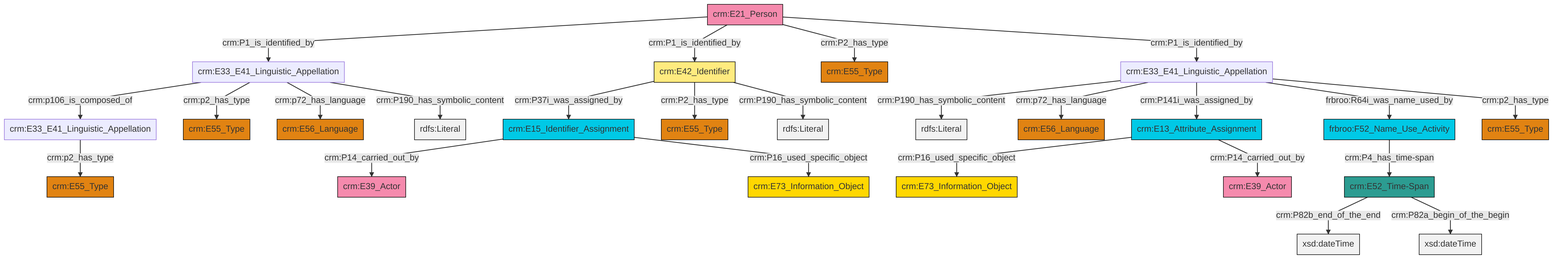
The Mermaid diagram et/personCSV/ttl/mmd/png/Person_Names_and_Classification.png in swiss-art-research-net/docs.swissartresearch, before a commit. Its source is kept beside it as et/personCSV/ttl/mmd/Person_Names_and_Classification.ttl.mmd.
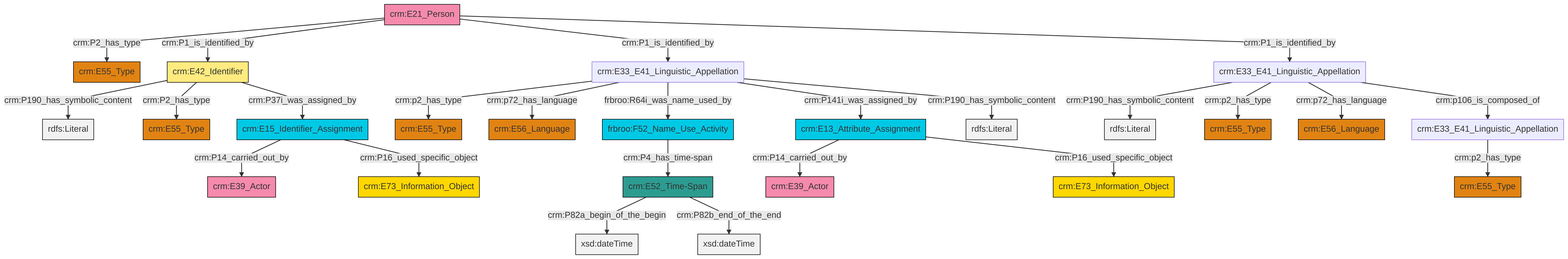
The same file after the commit.

The edit, as a diff of the source:
```diff
@@ -13,27 +13,27 @@
 classDef PC_Classes fill:#4ce600, stroke:#000000;
 classDef Multi fill:#cccccc,stroke:#000000;
 
-0["crm:E13_Attribute_Assignment"]:::Temporal_Entity -->|crm:P16_used_specific_object| 1["crm:E73_Information_Object"]:::Conceptual_Object
-10["crm:E52_Time-Span"]:::Time-Span -->|crm:P82b_end_of_the_end| 11[xsd:dateTime]:::Literal
-14["crm:E21_Person"]:::Actor -->|crm:P1_is_identified_by| 15["crm:E33_E41_Linguistic_Appellation"]:::Default
-14["crm:E21_Person"]:::Actor -->|crm:P1_is_identified_by| 16["crm:E42_Identifier"]:::Appellation
-12["crm:E33_E41_Linguistic_Appellation"]:::Default -->|crm:P190_has_symbolic_content| 17[rdfs:Literal]:::Literal
-15["crm:E33_E41_Linguistic_Appellation"]:::Default -->|crm:p106_is_composed_of| 22["crm:E33_E41_Linguistic_Appellation"]:::Default
-23["crm:E15_Identifier_Assignment"]:::Temporal_Entity -->|crm:P14_carried_out_by| 24["crm:E39_Actor"]:::Actor
-23["crm:E15_Identifier_Assignment"]:::Temporal_Entity -->|crm:P16_used_specific_object| 25["crm:E73_Information_Object"]:::Conceptual_Object
-0["crm:E13_Attribute_Assignment"]:::Temporal_Entity -->|crm:P14_carried_out_by| 20["crm:E39_Actor"]:::Actor
-14["crm:E21_Person"]:::Actor -->|crm:P2_has_type| 4["crm:E55_Type"]:::Type
-15["crm:E33_E41_Linguistic_Appellation"]:::Default -->|crm:p2_has_type| 28["crm:E55_Type"]:::Type
-12["crm:E33_E41_Linguistic_Appellation"]:::Default -->|crm:p72_has_language| 18["crm:E56_Language"]:::Type
-10["crm:E52_Time-Span"]:::Time-Span -->|crm:P82a_begin_of_the_begin| 32[xsd:dateTime]:::Literal
-16["crm:E42_Identifier"]:::Appellation -->|crm:P37i_was_assigned_by| 23["crm:E15_Identifier_Assignment"]:::Temporal_Entity
-16["crm:E42_Identifier"]:::Appellation -->|crm:P2_has_type| 2["crm:E55_Type"]:::Type
-12["crm:E33_E41_Linguistic_Appellation"]:::Default -->|crm:P141i_was_assigned_by| 0["crm:E13_Attribute_Assignment"]:::Temporal_Entity
-15["crm:E33_E41_Linguistic_Appellation"]:::Default -->|crm:p72_has_language| 6["crm:E56_Language"]:::Type
-12["crm:E33_E41_Linguistic_Appellation"]:::Default -->|frbroo:R64i_was_name_used_by| 37["frbroo:F52_Name_Use_Activity"]:::Temporal_Entity
-14["crm:E21_Person"]:::Actor -->|crm:P1_is_identified_by| 12["crm:E33_E41_Linguistic_Appellation"]:::Default
-22["crm:E33_E41_Linguistic_Appellation"]:::Default -->|crm:p2_has_type| 39["crm:E55_Type"]:::Type
-12["crm:E33_E41_Linguistic_Appellation"]:::Default -->|crm:p2_has_type| 8["crm:E55_Type"]:::Type
-16["crm:E42_Identifier"]:::Appellation -->|crm:P190_has_symbolic_content| 45[rdfs:Literal]:::Literal
-37["frbroo:F52_Name_Use_Activity"]:::Temporal_Entity -->|crm:P4_has_time-span| 10["crm:E52_Time-Span"]:::Time-Span
-15["crm:E33_E41_Linguistic_Appellation"]:::Default -->|crm:P190_has_symbolic_content| 46[rdfs:Literal]:::Literal
+2["crm:E42_Identifier"]:::Appellation -->|crm:P190_has_symbolic_content| 3[rdfs:Literal]:::Literal
+8["crm:E52_Time-Span"]:::Time-Span -->|crm:P82a_begin_of_the_begin| 9[xsd:dateTime]:::Literal
+12["crm:E33_E41_Linguistic_Appellation"]:::Default -->|crm:p2_has_type| 13["crm:E55_Type"]:::Type
+0["crm:E15_Identifier_Assignment"]:::Temporal_Entity -->|crm:P14_carried_out_by| 14["crm:E39_Actor"]:::Actor
+0["crm:E15_Identifier_Assignment"]:::Temporal_Entity -->|crm:P16_used_specific_object| 15["crm:E73_Information_Object"]:::Conceptual_Object
+21["crm:E13_Attribute_Assignment"]:::Temporal_Entity -->|crm:P14_carried_out_by| 22["crm:E39_Actor"]:::Actor
+10["crm:E33_E41_Linguistic_Appellation"]:::Default -->|crm:P190_has_symbolic_content| 23[rdfs:Literal]:::Literal
+24["crm:E21_Person"]:::Actor -->|crm:P2_has_type| 25["crm:E55_Type"]:::Type
+10["crm:E33_E41_Linguistic_Appellation"]:::Default -->|crm:p2_has_type| 19["crm:E55_Type"]:::Type
+2["crm:E42_Identifier"]:::Appellation -->|crm:P2_has_type| 29["crm:E55_Type"]:::Type
+12["crm:E33_E41_Linguistic_Appellation"]:::Default -->|crm:p72_has_language| 4["crm:E56_Language"]:::Type
+21["crm:E13_Attribute_Assignment"]:::Temporal_Entity -->|crm:P16_used_specific_object| 30["crm:E73_Information_Object"]:::Conceptual_Object
+12["crm:E33_E41_Linguistic_Appellation"]:::Default -->|frbroo:R64i_was_name_used_by| 27["frbroo:F52_Name_Use_Activity"]:::Temporal_Entity
+27["frbroo:F52_Name_Use_Activity"]:::Temporal_Entity -->|crm:P4_has_time-span| 8["crm:E52_Time-Span"]:::Time-Span
+6["crm:E33_E41_Linguistic_Appellation"]:::Default -->|crm:p2_has_type| 36["crm:E55_Type"]:::Type
+10["crm:E33_E41_Linguistic_Appellation"]:::Default -->|crm:p72_has_language| 16["crm:E56_Language"]:::Type
+2["crm:E42_Identifier"]:::Appellation -->|crm:P37i_was_assigned_by| 0["crm:E15_Identifier_Assignment"]:::Temporal_Entity
+24["crm:E21_Person"]:::Actor -->|crm:P1_is_identified_by| 2["crm:E42_Identifier"]:::Appellation
+8["crm:E52_Time-Span"]:::Time-Span -->|crm:P82b_end_of_the_end| 39[xsd:dateTime]:::Literal
+12["crm:E33_E41_Linguistic_Appellation"]:::Default -->|crm:P141i_was_assigned_by| 21["crm:E13_Attribute_Assignment"]:::Temporal_Entity
+10["crm:E33_E41_Linguistic_Appellation"]:::Default -->|crm:p106_is_composed_of| 6["crm:E33_E41_Linguistic_Appellation"]:::Default
+24["crm:E21_Person"]:::Actor -->|crm:P1_is_identified_by| 12["crm:E33_E41_Linguistic_Appellation"]:::Default
+12["crm:E33_E41_Linguistic_Appellation"]:::Default -->|crm:P190_has_symbolic_content| 45[rdfs:Literal]:::Literal
+24["crm:E21_Person"]:::Actor -->|crm:P1_is_identified_by| 10["crm:E33_E41_Linguistic_Appellation"]:::Default
```
